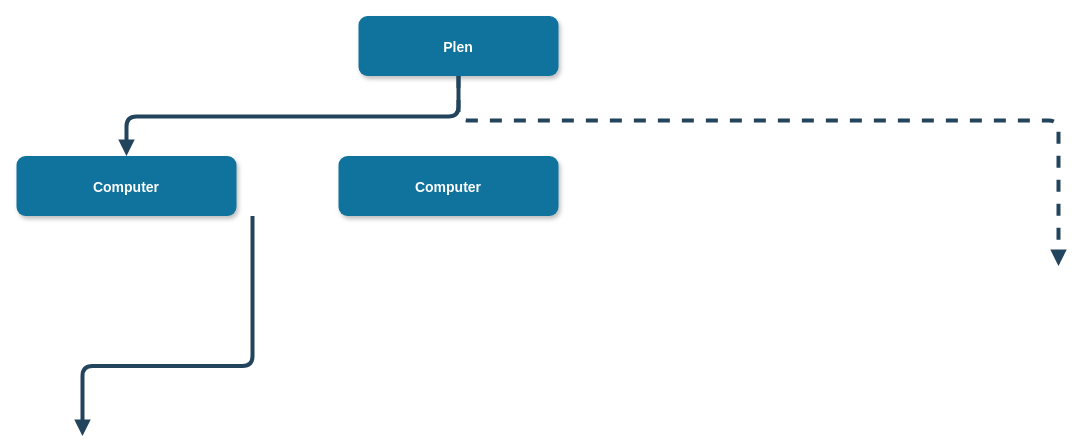
Above: Untitled Diagram.drawio in lenyiepromise/code (draw.io), before the change. Source tidied: cells renumbered, new cells numbered last; positions are measured from the earlier drawing's top-left corner, leaving out a move shared by most shapes. Both pictures are drawn from the tidied source at 100%, with x=0, y=0 at pixel (16, 16).
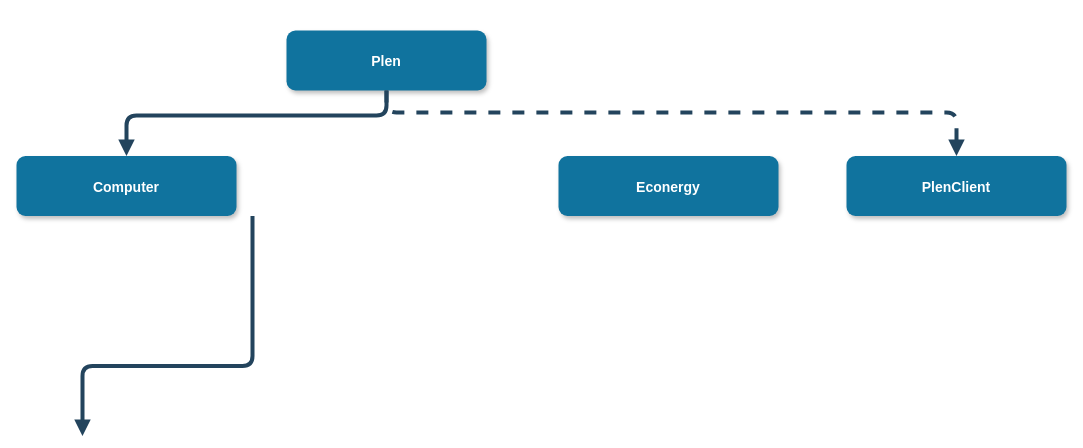
After the change.

Commit message (it also covers changes not shown here):
Plen structure

Change to the diagram source:
```diff
@@
 <mxGraphModel>
   <root>
     <mxCell id="0" />
     <mxCell id="1" parent="0" />
     <mxCell id="2" value="Plen" style="rounded=1;fillColor=#10739E;strokeColor=none;shadow=1;gradientColor=none;fontStyle=1;fontColor=#FFFFFF;fontSize=14;" parent="1" vertex="1">
-      <mxGeometry x="342" y="-0.5" width="200" height="60" as="geometry" />
+      <mxGeometry x="270" y="14" width="200" height="60" as="geometry" />
     </mxCell>
     <mxCell id="3" value="Computer" style="rounded=1;fillColor=#10739E;strokeColor=none;shadow=1;gradientColor=none;fontStyle=1;fontColor=#FFFFFF;fontSize=14;" parent="1" vertex="1">
       <mxGeometry y="139.5" width="220" height="60" as="geometry" />
     </mxCell>
-    <mxCell id="4" style="edgeStyle=elbowEdgeStyle;elbow=vertical;strokeWidth=4;endArrow=block;endFill=1;fontStyle=1;strokeColor=#23445D;" parent="1" edge="1" source="2" target="3">
-      <mxGeometry x="22" y="165.5" as="geometry" />
+    <mxCell id="4" style="edgeStyle=elbowEdgeStyle;elbow=vertical;strokeWidth=4;endArrow=block;endFill=1;fontStyle=1;strokeColor=#23445D;exitX=0.5;exitY=1;exitDx=0;exitDy=0;" parent="1" edge="1" source="2" target="3">
+      <mxGeometry x="22" y="165.5" as="geometry">
+        <Array as="points">
+          <mxPoint x="270" y="99" />
+        </Array>
+      </mxGeometry>
     </mxCell>
-    <mxCell id="5" style="edgeStyle=elbowEdgeStyle;elbow=vertical;strokeWidth=4;endArrow=block;endFill=1;fontStyle=1;dashed=1;strokeColor=#23445D;" parent="1" edge="1" source="2">
+    <mxCell id="5" style="edgeStyle=elbowEdgeStyle;elbow=vertical;strokeWidth=4;endArrow=block;endFill=1;fontStyle=1;dashed=1;strokeColor=#23445D;entryX=0.5;entryY=0;entryDx=0;entryDy=0;exitX=0.5;exitY=1;exitDx=0;exitDy=0;" parent="1" edge="1" source="2" target="8">
       <mxGeometry x="22" y="165.5" as="geometry">
-        <mxPoint x="1042" y="249.5" as="targetPoint" />
         <Array as="points">
-          <mxPoint x="442" y="104" />
-          <mxPoint x="732" y="89.5" />
+          <mxPoint x="442" y="96" />
+          <mxPoint x="732" y="81.5" />
         </Array>
       </mxGeometry>
     </mxCell>
     <mxCell id="6" style="edgeStyle=elbowEdgeStyle;elbow=vertical;strokeWidth=4;endArrow=block;endFill=1;fontStyle=1;strokeColor=#23445D;" parent="1" edge="1">
       <mxGeometry x="22" y="165.5" as="geometry">
         <mxPoint x="236" y="199.5" as="sourcePoint" />
         <mxPoint x="66" y="419.5" as="targetPoint" />
         <Array as="points">
           <mxPoint x="236" y="349.5" />
         </Array>
       </mxGeometry>
     </mxCell>
-    <mxCell id="7" value="Computer" style="rounded=1;fillColor=#10739E;strokeColor=none;shadow=1;gradientColor=none;fontStyle=1;fontColor=#FFFFFF;fontSize=14;" parent="1" vertex="1">
-      <mxGeometry x="322" y="139.5" width="220" height="60" as="geometry" />
+    <mxCell id="7" value="Econergy" style="rounded=1;fillColor=#10739E;strokeColor=none;shadow=1;gradientColor=none;fontStyle=1;fontColor=#FFFFFF;fontSize=14;" parent="1" vertex="1">
+      <mxGeometry x="542" y="139.5" width="220" height="60" as="geometry" />
     </mxCell>
+    <mxCell id="8" value="PlenClient" style="rounded=1;fillColor=#10739E;strokeColor=none;shadow=1;gradientColor=none;fontStyle=1;fontColor=#FFFFFF;fontSize=14;" parent="1" vertex="1">
+      <mxGeometry x="830" y="139.5" width="220" height="60" as="geometry" />
+    </mxCell>
   </root>
 </mxGraphModel>
```
